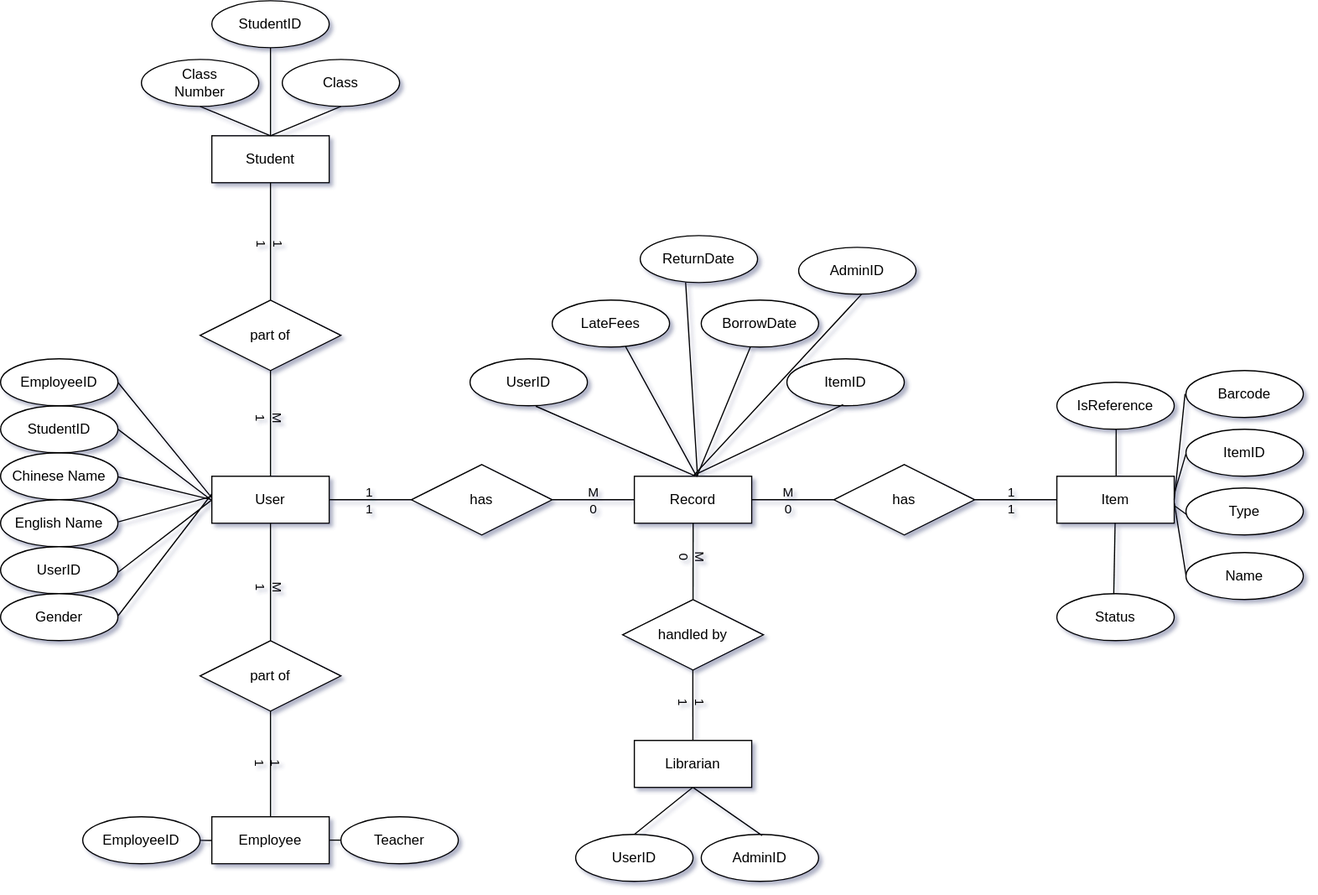
Before: SBAdiagram.drawio.svg, a diagram exported from draw.io (bekfstman/LibrarySystem). Source tidied: cells renumbered, new cells last; positions are measured from the earlier drawing's top-left corner, leaving out a move shared by most shapes.
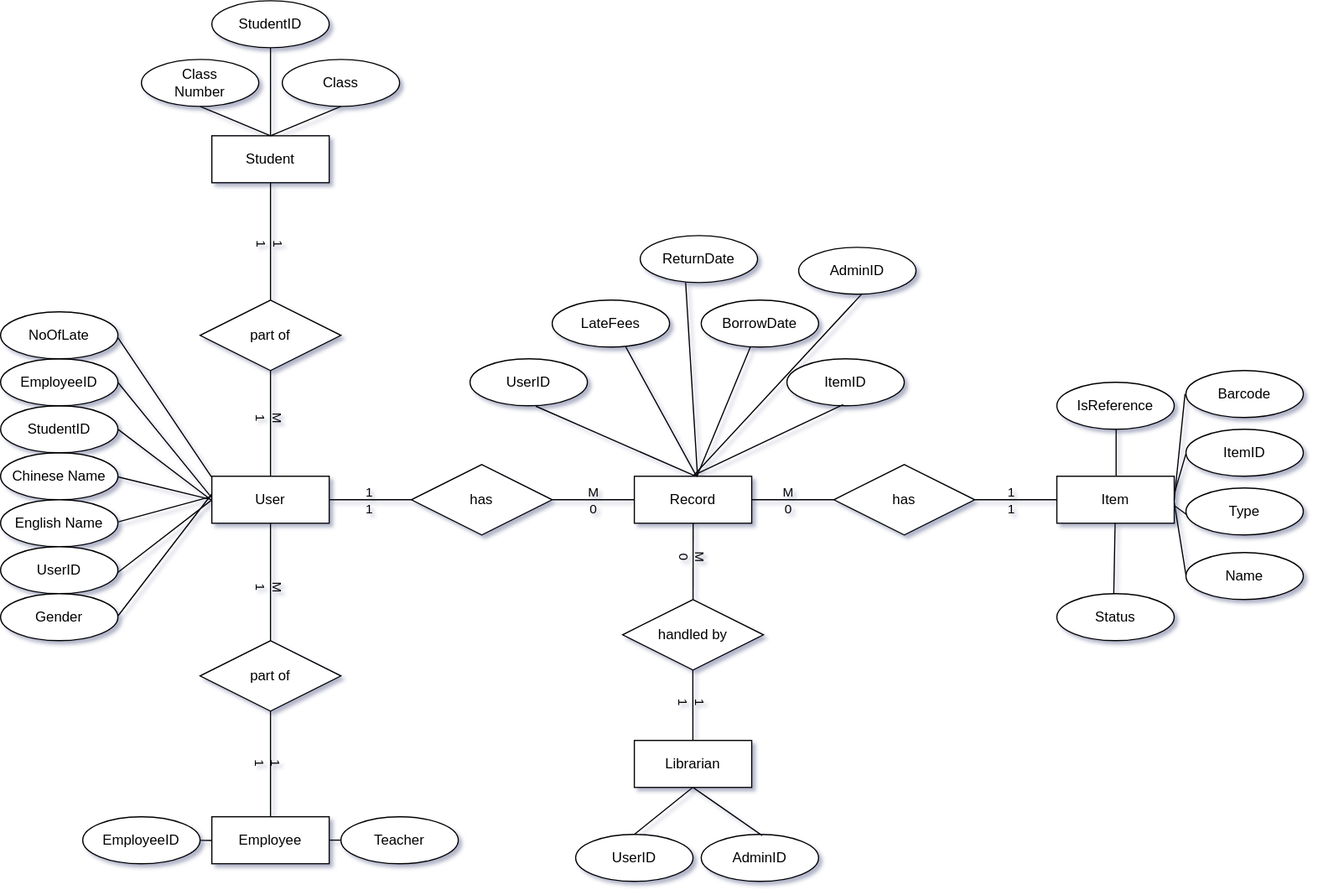
The same diagram one commit later.

The edit, as a diff of the source:
```diff
@@ -286,5 +286,13 @@
         <mxPoint x="290" y="714.9" as="targetPoint" />
       </mxGeometry>
     </mxCell>
+    <mxCell id="83" value="NoOfLate" style="ellipse;whiteSpace=wrap;html=1;align=center;" parent="1" vertex="1">
+      <mxGeometry y="265" width="100" height="40" as="geometry" />
+    </mxCell>
+    <mxCell id="84" style="endArrow=none;html=1;rounded=0;exitX=1.002;exitY=0.508;exitDx=0;exitDy=0;exitPerimeter=0;entryX=-0.004;entryY=0.009;entryDx=0;entryDy=0;entryPerimeter=0;" parent="1" edge="1" target="4">
+      <mxGeometry relative="1" as="geometry">
+        <mxPoint x="100" y="287" as="sourcePoint" />
+      </mxGeometry>
+    </mxCell>
   </root>
 </mxGraphModel>
```
